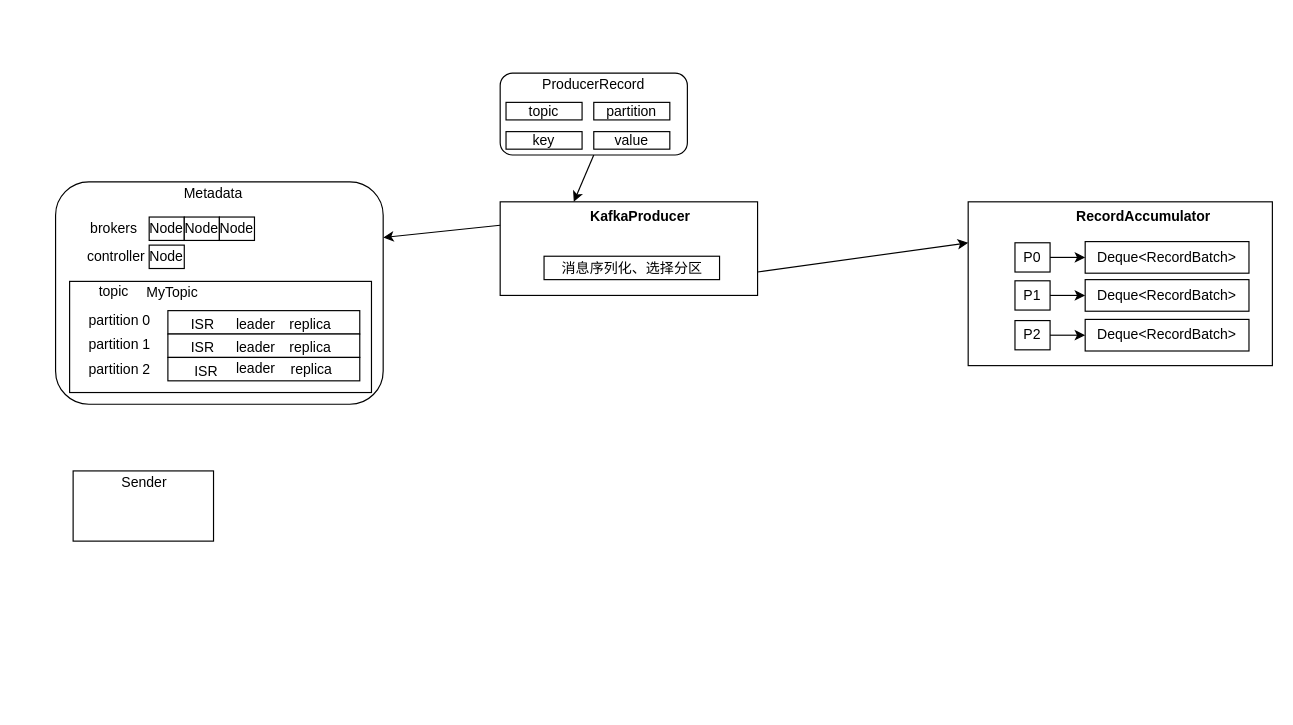
Before: Kafka.drawio in JianHao-Chen/UML, a draw.io diagram. Source tidied: cells renumbered, new cells numbered last; positions are measured from the earlier drawing's top-left corner, leaving out a move shared by most shapes. Both pictures are drawn from the tidied source at 117%, with x=0, y=0 at pixel (55, 73).
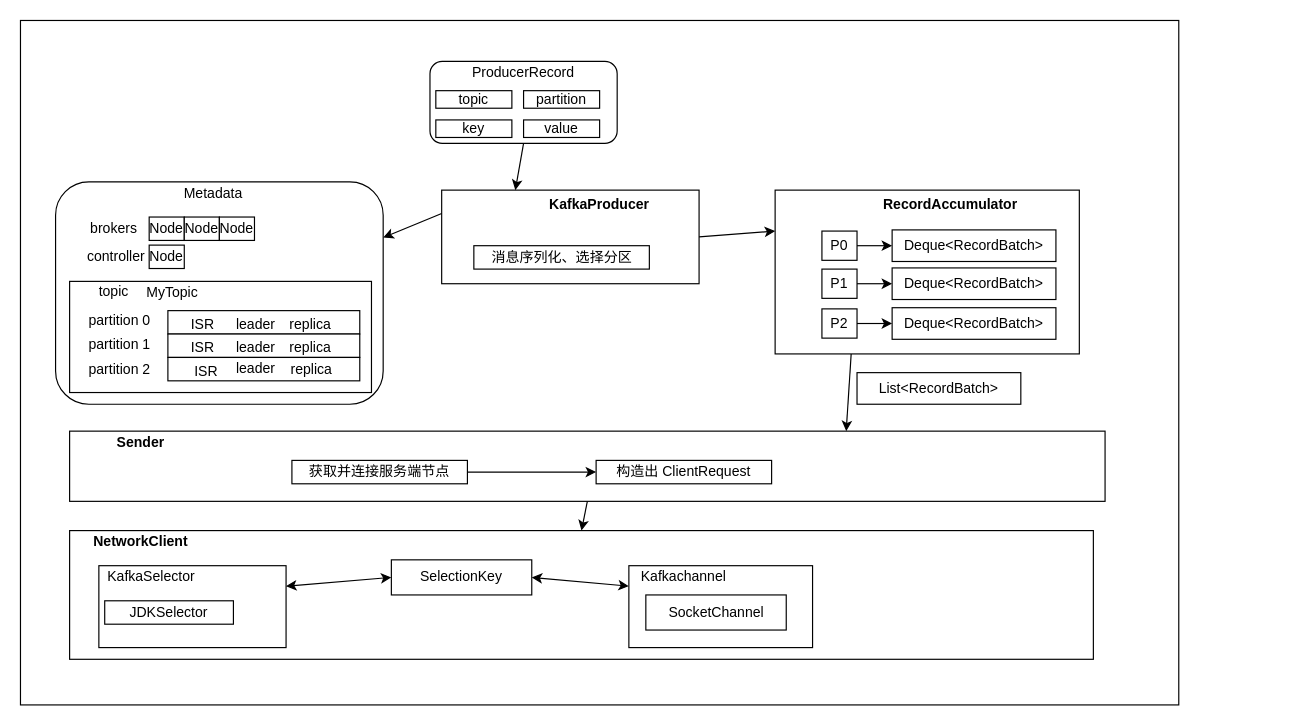
The same diagram, later.

Change to the diagram source:
```diff
@@
+    <mxCell id="53" style="rounded=0;whiteSpace=wrap;html=1;" parent="1" vertex="1">
+      <mxGeometry x="-30" y="-45" width="990" height="585" as="geometry" />
+    </mxCell>
@@
     <mxCell id="4" style="rounded=0;whiteSpace=wrap;html=1;" parent="1" vertex="1">
-      <mxGeometry x="380" y="110" width="220" height="80" as="geometry" />
+      <mxGeometry x="330" y="100" width="220" height="80" as="geometry" />
     </mxCell>
@@
     <mxCell id="6" value="&lt;b&gt;KafkaProducer&lt;/b&gt;" style="text;html=1;strokeColor=none;fillColor=none;align=center;verticalAlign=middle;whiteSpace=wrap;rounded=0;" parent="1" vertex="1">
-      <mxGeometry x="480" y="113" width="40" height="20" as="geometry" />
+      <mxGeometry x="445" y="103" width="40" height="20" as="geometry" />
     </mxCell>
     <mxCell id="7" style="rounded=1;whiteSpace=wrap;html=1;" parent="1" vertex="1">
-      <mxGeometry x="380" width="160" height="70" as="geometry" />
+      <mxGeometry x="320" y="-10" width="160" height="70" as="geometry" />
     </mxCell>
     <mxCell id="8" value="ProducerRecord" style="text;html=1;strokeColor=none;fillColor=none;align=center;verticalAlign=middle;whiteSpace=wrap;rounded=0;" parent="1" vertex="1">
-      <mxGeometry x="440" width="40" height="20" as="geometry" />
+      <mxGeometry x="380" y="-10" width="40" height="20" as="geometry" />
     </mxCell>
     <mxCell id="9" value="topic" style="rounded=0;whiteSpace=wrap;html=1;" parent="1" vertex="1">
-      <mxGeometry x="385" y="25" width="65" height="15" as="geometry" />
+      <mxGeometry x="325" y="15" width="65" height="15" as="geometry" />
     </mxCell>
     <mxCell id="10" value="partition" style="rounded=0;whiteSpace=wrap;html=1;" parent="1" vertex="1">
-      <mxGeometry x="460" y="25" width="65" height="15" as="geometry" />
+      <mxGeometry x="400" y="15" width="65" height="15" as="geometry" />
     </mxCell>
     <mxCell id="11" value="key" style="rounded=0;whiteSpace=wrap;html=1;" parent="1" vertex="1">
-      <mxGeometry x="385" y="50" width="65" height="15" as="geometry" />
+      <mxGeometry x="325" y="40" width="65" height="15" as="geometry" />
     </mxCell>
     <mxCell id="12" value="value" style="rounded=0;whiteSpace=wrap;html=1;" parent="1" vertex="1">
-      <mxGeometry x="460" y="50" width="65" height="15" as="geometry" />
+      <mxGeometry x="400" y="40" width="65" height="15" as="geometry" />
     </mxCell>
     <mxCell id="13" style="rounded=0;whiteSpace=wrap;html=1;" parent="1" vertex="1">
-      <mxGeometry x="780" y="110" width="260" height="140" as="geometry" />
+      <mxGeometry x="615" y="100" width="260" height="140" as="geometry" />
     </mxCell>
     <mxCell id="14" value="&lt;b&gt;RecordAccumulator&lt;/b&gt;" style="text;html=1;strokeColor=none;fillColor=none;align=center;verticalAlign=middle;whiteSpace=wrap;rounded=0;" parent="1" vertex="1">
-      <mxGeometry x="910" y="113" width="40" height="20" as="geometry" />
+      <mxGeometry x="745" y="103" width="40" height="20" as="geometry" />
     </mxCell>
@@
     <mxCell id="40" value="消息序列化、选择分区" style="rounded=0;whiteSpace=wrap;html=1;" parent="1" vertex="1">
-      <mxGeometry x="417.5" y="156.5" width="150" height="20" as="geometry" />
+      <mxGeometry x="357.5" y="147.5" width="150" height="20" as="geometry" />
     </mxCell>
     <mxCell id="41" value="P0" style="rounded=0;whiteSpace=wrap;html=1;" parent="1" vertex="1">
-      <mxGeometry x="820" y="145" width="30" height="25" as="geometry" />
+      <mxGeometry x="655" y="135" width="30" height="25" as="geometry" />
     </mxCell>
     <mxCell id="42" value="&lt;span style=&quot;white-space: normal&quot;&gt;Deque&amp;lt;RecordBatch&amp;gt;&lt;/span&gt;" style="rounded=0;whiteSpace=wrap;html=1;" parent="1" vertex="1">
-      <mxGeometry x="880" y="144" width="140" height="27" as="geometry" />
+      <mxGeometry x="715" y="134" width="140" height="27" as="geometry" />
     </mxCell>
@@
     <mxCell id="44" value="P1" style="rounded=0;whiteSpace=wrap;html=1;" parent="1" vertex="1">
-      <mxGeometry x="820" y="177.5" width="30" height="25" as="geometry" />
+      <mxGeometry x="655" y="167.5" width="30" height="25" as="geometry" />
     </mxCell>
     <mxCell id="45" value="&lt;span style=&quot;white-space: normal&quot;&gt;Deque&amp;lt;RecordBatch&amp;gt;&lt;/span&gt;" style="rounded=0;whiteSpace=wrap;html=1;" parent="1" vertex="1">
-      <mxGeometry x="880" y="176.5" width="140" height="27" as="geometry" />
+      <mxGeometry x="715" y="166.5" width="140" height="27" as="geometry" />
     </mxCell>
@@
     <mxCell id="47" value="P2" style="rounded=0;whiteSpace=wrap;html=1;" parent="1" vertex="1">
-      <mxGeometry x="820" y="211.5" width="30" height="25" as="geometry" />
+      <mxGeometry x="655" y="201.5" width="30" height="25" as="geometry" />
     </mxCell>
     <mxCell id="48" value="&lt;span style=&quot;white-space: normal&quot;&gt;Deque&amp;lt;RecordBatch&amp;gt;&lt;/span&gt;" style="rounded=0;whiteSpace=wrap;html=1;" parent="1" vertex="1">
-      <mxGeometry x="880" y="210.5" width="140" height="27" as="geometry" />
+      <mxGeometry x="715" y="200.5" width="140" height="27" as="geometry" />
     </mxCell>
@@
-    <mxCell id="50" style="endArrow=classic;html=1;exitX=1;exitY=0.75;exitDx=0;exitDy=0;entryX=0;entryY=0.25;entryDx=0;entryDy=0;" parent="1" edge="1" source="4" target="13">
+    <mxCell id="50" style="endArrow=classic;html=1;exitX=1;exitY=0.5;exitDx=0;exitDy=0;entryX=0;entryY=0.25;entryDx=0;entryDy=0;" parent="1" edge="1" source="4" target="13">
       <mxGeometry relative="1" as="geometry" />
     </mxCell>
     <mxCell id="51" style="rounded=0;whiteSpace=wrap;html=1;" parent="1" vertex="1">
-      <mxGeometry x="15" y="340" width="120" height="60" as="geometry" />
+      <mxGeometry x="12" y="306" width="885" height="60" as="geometry" />
     </mxCell>
-    <mxCell id="52" value="Sender" style="text;html=1;strokeColor=none;fillColor=none;align=center;verticalAlign=middle;whiteSpace=wrap;rounded=0;" parent="1" vertex="1">
-      <mxGeometry x="56" y="340" width="40" height="20" as="geometry" />
+    <mxCell id="52" value="&lt;b&gt;Sender&lt;/b&gt;" style="text;html=1;strokeColor=none;fillColor=none;align=center;verticalAlign=middle;whiteSpace=wrap;rounded=0;" parent="1" vertex="1">
+      <mxGeometry x="53" y="306" width="40" height="20" as="geometry" />
     </mxCell>
+    <mxCell id="54" style="rounded=0;whiteSpace=wrap;html=1;" parent="1" vertex="1">
+      <mxGeometry x="12" y="391" width="875" height="110" as="geometry" />
+    </mxCell>
+    <mxCell id="55" value="&lt;b&gt;NetworkClient&lt;/b&gt;" style="text;html=1;strokeColor=none;fillColor=none;align=center;verticalAlign=middle;whiteSpace=wrap;rounded=0;" parent="1" vertex="1">
+      <mxGeometry x="53" y="391" width="40" height="20" as="geometry" />
+    </mxCell>
+    <mxCell id="56" style="endArrow=classic;html=1;exitX=0.25;exitY=1;exitDx=0;exitDy=0;entryX=0.75;entryY=0;entryDx=0;entryDy=0;" parent="1" edge="1" source="13" target="51">
+      <mxGeometry relative="1" as="geometry" />
+    </mxCell>
+    <mxCell id="57" value="&lt;span style=&quot;white-space: normal&quot;&gt;List&amp;lt;RecordBatch&amp;gt;&lt;/span&gt;" style="rounded=0;whiteSpace=wrap;html=1;" parent="1" vertex="1">
+      <mxGeometry x="685" y="256" width="140" height="27" as="geometry" />
+    </mxCell>
+    <mxCell id="58" value="构造出 ClientRequest" style="rounded=0;whiteSpace=wrap;html=1;" parent="1" vertex="1">
+      <mxGeometry x="462" y="331" width="150" height="20" as="geometry" />
+    </mxCell>
+    <mxCell id="59" style="endArrow=classic;html=1;exitX=0.5;exitY=1;exitDx=0;exitDy=0;entryX=0.5;entryY=0;entryDx=0;entryDy=0;" parent="1" edge="1" source="51" target="54">
+      <mxGeometry relative="1" as="geometry" />
+    </mxCell>
+    <mxCell id="60" value="获取并连接服务端节点" style="rounded=0;whiteSpace=wrap;html=1;" parent="1" vertex="1">
+      <mxGeometry x="202" y="331" width="150" height="20" as="geometry" />
+    </mxCell>
+    <mxCell id="61" style="endArrow=classic;html=1;entryX=0;entryY=0.5;entryDx=0;entryDy=0;exitX=1;exitY=0.5;exitDx=0;exitDy=0;" parent="1" edge="1" source="60" target="58">
+      <mxGeometry relative="1" as="geometry" />
+    </mxCell>
+    <mxCell id="62" style="rounded=0;whiteSpace=wrap;html=1;" parent="1" vertex="1">
+      <mxGeometry x="37" y="421" width="160" height="70" as="geometry" />
+    </mxCell>
+    <mxCell id="63" value="KafkaSelector" style="text;html=1;strokeColor=none;fillColor=none;align=center;verticalAlign=middle;whiteSpace=wrap;rounded=0;" parent="1" vertex="1">
+      <mxGeometry x="62" y="421" width="40" height="20" as="geometry" />
+    </mxCell>
+    <mxCell id="64" value="JDKSelector" style="rounded=0;whiteSpace=wrap;html=1;" parent="1" vertex="1">
+      <mxGeometry x="42" y="451" width="110" height="20" as="geometry" />
+    </mxCell>
+    <mxCell id="65" value="SelectionKey" style="rounded=0;whiteSpace=wrap;html=1;" parent="1" vertex="1">
+      <mxGeometry x="287" y="416" width="120" height="30" as="geometry" />
+    </mxCell>
+    <mxCell id="66" style="rounded=0;whiteSpace=wrap;html=1;" parent="1" vertex="1">
+      <mxGeometry x="490" y="421" width="157" height="70" as="geometry" />
+    </mxCell>
+    <mxCell id="67" value="Kafkachannel" style="text;html=1;strokeColor=none;fillColor=none;align=center;verticalAlign=middle;whiteSpace=wrap;rounded=0;" parent="1" vertex="1">
+      <mxGeometry x="517" y="421" width="40" height="20" as="geometry" />
+    </mxCell>
+    <mxCell id="68" value="SocketChannel" style="rounded=0;whiteSpace=wrap;html=1;" parent="1" vertex="1">
+      <mxGeometry x="504.5" y="446" width="120" height="30" as="geometry" />
+    </mxCell>
+    <mxCell id="69" style="endArrow=classic;startArrow=classic;html=1;exitX=1;exitY=0.25;exitDx=0;exitDy=0;entryX=0;entryY=0.5;entryDx=0;entryDy=0;" parent="1" edge="1" source="62" target="65">
+      <mxGeometry relative="1" as="geometry" />
+    </mxCell>
+    <mxCell id="70" style="endArrow=classic;startArrow=classic;html=1;exitX=1;exitY=0.5;exitDx=0;exitDy=0;entryX=0;entryY=0.25;entryDx=0;entryDy=0;" parent="1" edge="1" source="65" target="66">
+      <mxGeometry relative="1" as="geometry" />
+    </mxCell>
```
